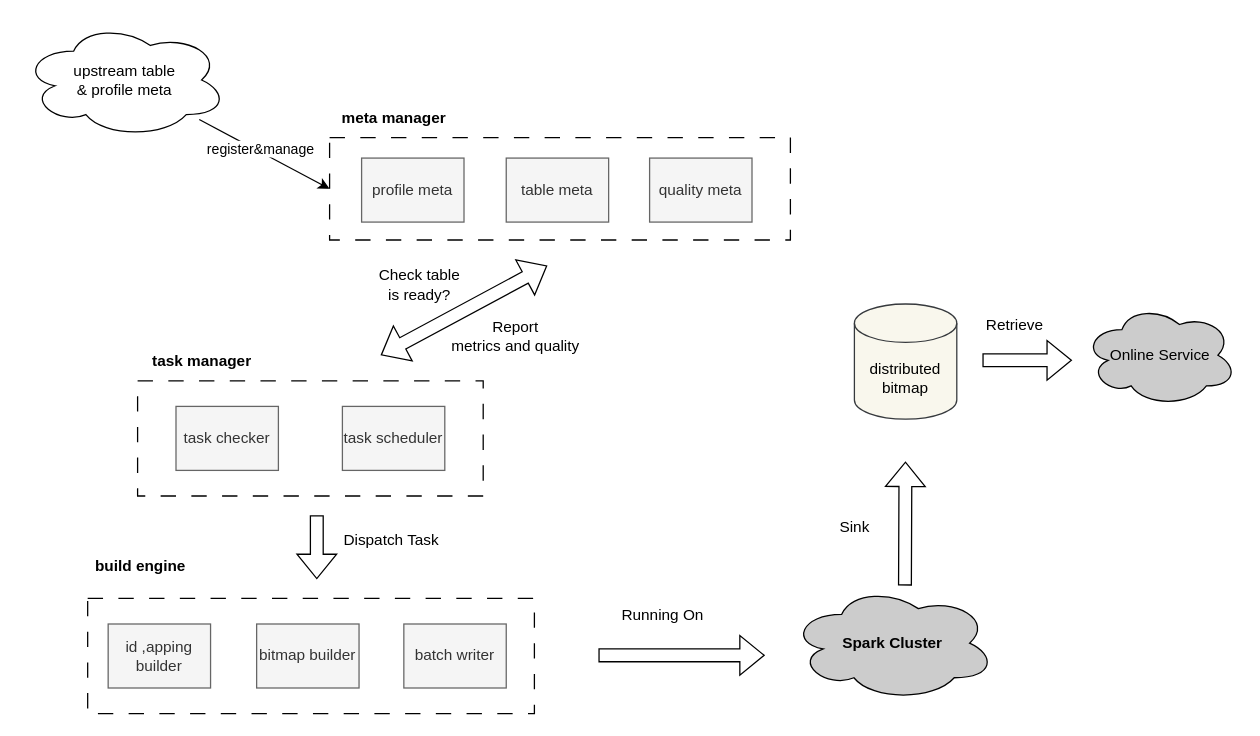
Earlier version of the draw.io diagram paper_dmp_fig1.drawio (learn2Pro/draw_io_save). Source tidied: cells renumbered, new cells numbered last; positions are measured from the earlier drawing's top-left corner, leaving out a move shared by most shapes. Both pictures are drawn from the tidied source at 128%, with x=0, y=0 at pixel (22, 22).
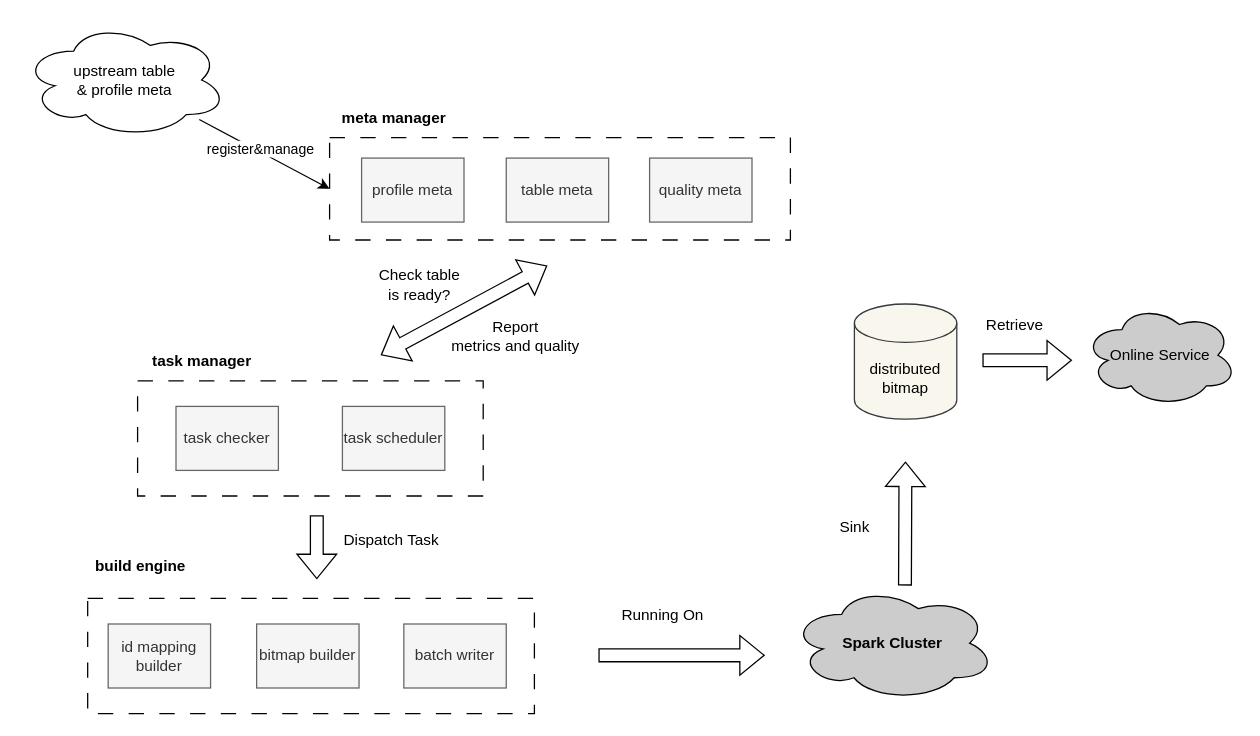
After the change.

What changed in the source:
```diff
@@
-    <mxCell id="19" value="id ,apping builder" style="rounded=0;whiteSpace=wrap;html=1;fillColor=#f5f5f5;fontColor=#333333;strokeColor=#666666;" parent="1" vertex="1">
+    <mxCell id="19" value="id mapping builder" style="rounded=0;whiteSpace=wrap;html=1;fillColor=#f5f5f5;fontColor=#333333;strokeColor=#666666;" parent="1" vertex="1">
       <mxGeometry x="67" y="470" width="80" height="50" as="geometry" />
     </mxCell>
```
